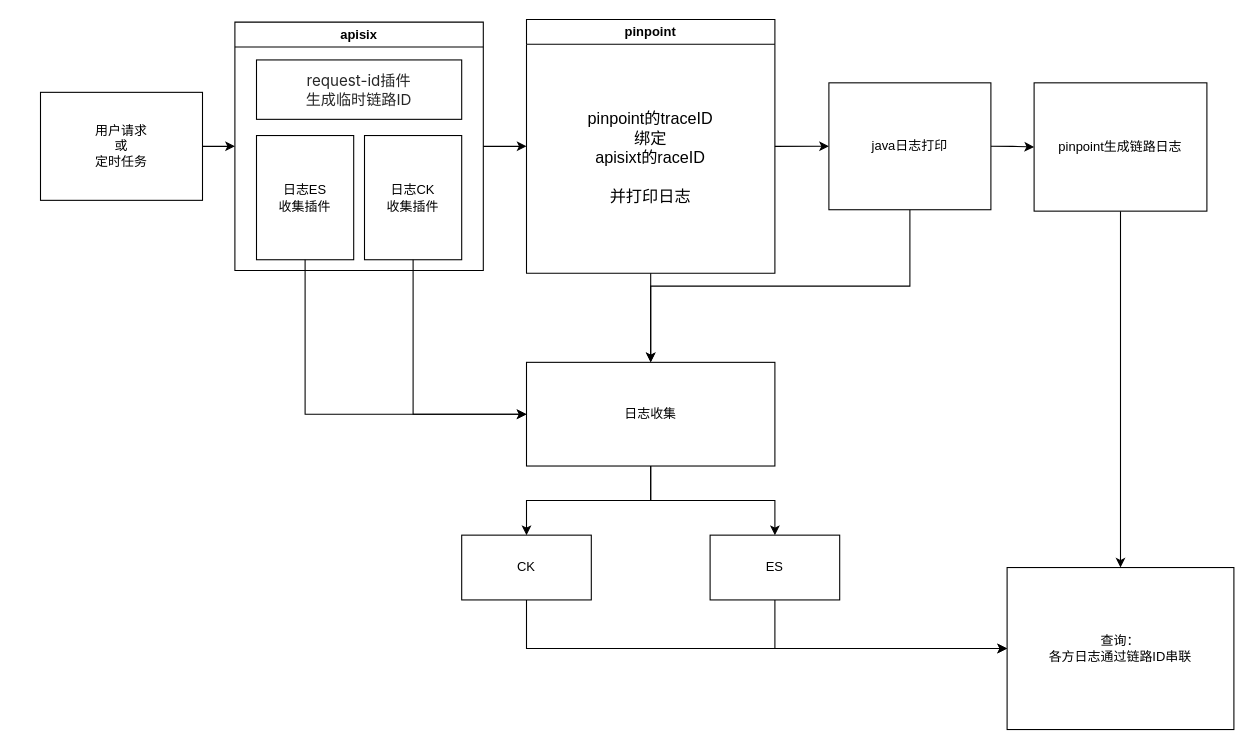
The draw.io diagram 日志与链路串联流程图.drawio in leafimmortal/my-drawio, before the edit. Source tidied: cells renumbered, new cells numbered last; positions are measured from the earlier drawing's top-left corner, leaving out a move shared by most shapes. Both pictures are drawn from the tidied source at 108%, with x=0, y=0 at pixel (40, 18).
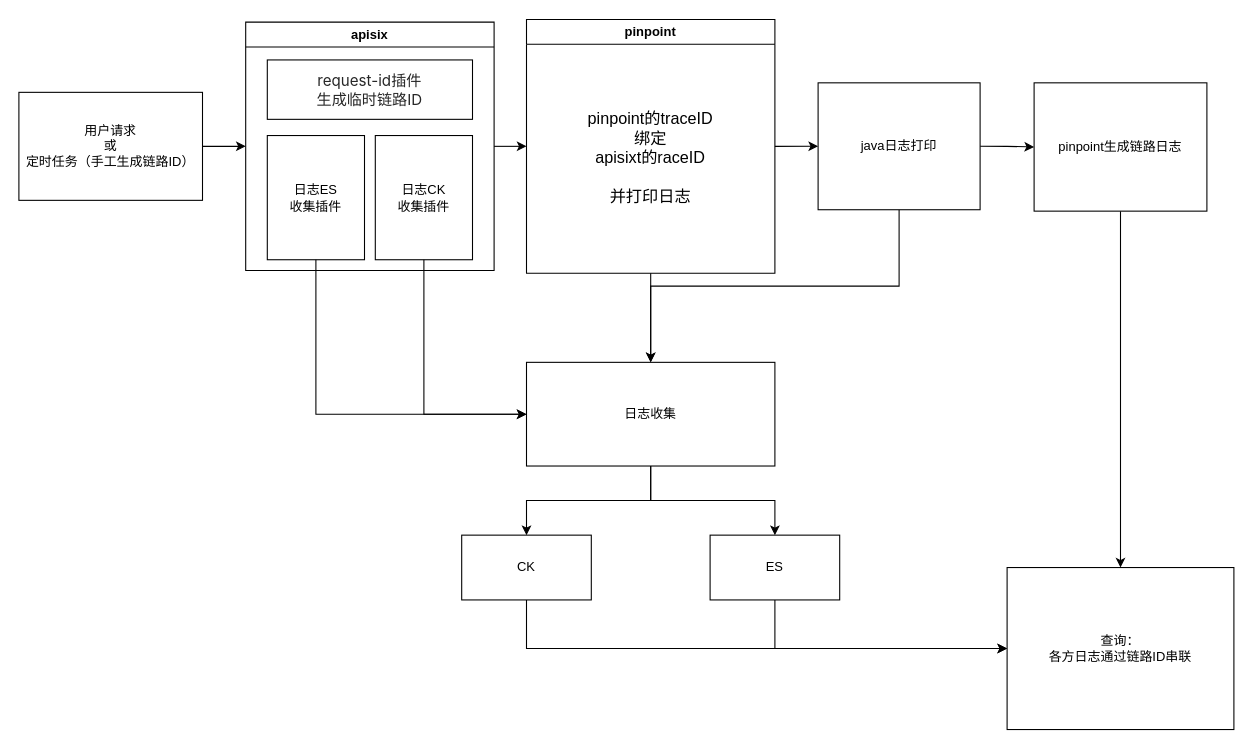
After the change.

Commit message (it also covers changes not shown here):
更新日志与链路串联流程图.drawio

What changed in the source:
```diff
@@
-    <mxCell id="3" value="用户请求&lt;div&gt;或&lt;/div&gt;&lt;div&gt;定时任务&lt;/div&gt;" style="rounded=0;whiteSpace=wrap;html=1;" parent="1" vertex="1">
-      <mxGeometry y="68" width="150" height="100" as="geometry" />
+    <mxCell id="3" value="用户请求&lt;div&gt;或&lt;/div&gt;&lt;div&gt;定时任务（手工生成链路ID）&lt;/div&gt;" style="rounded=0;whiteSpace=wrap;html=1;" parent="1" vertex="1">
+      <mxGeometry x="-20" y="68" width="170" height="100" as="geometry" />
     </mxCell>
@@
     <mxCell id="12" value="apisix" style="swimlane;whiteSpace=wrap;html=1;" parent="1" vertex="1">
-      <mxGeometry x="180" y="3" width="230" height="230" as="geometry" />
+      <mxGeometry x="190" y="3" width="230" height="230" as="geometry" />
     </mxCell>
@@
     <mxCell id="24" value="java日志打印" style="rounded=0;whiteSpace=wrap;html=1;" parent="1" vertex="1">
-      <mxGeometry x="730" y="59.2" width="150" height="117.5" as="geometry" />
+      <mxGeometry x="720" y="59.2" width="150" height="117.5" as="geometry" />
     </mxCell>
```
